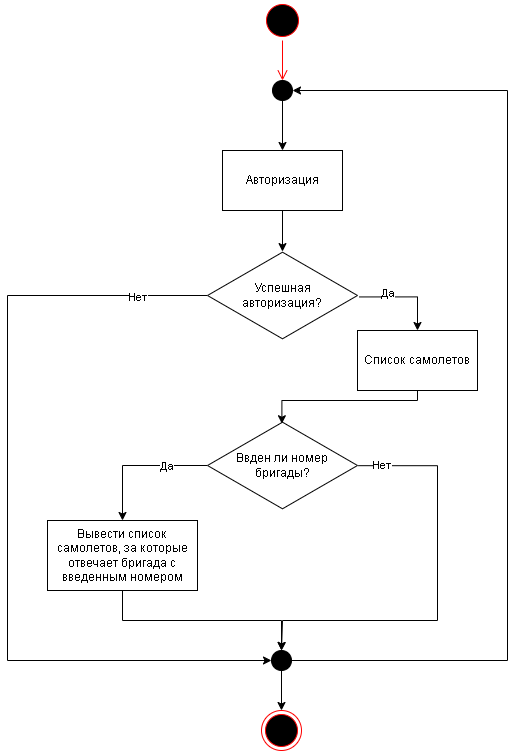
Above: images/Бригадир/Сценарии_использования-Бригадир.png in CCF2P/Backend (draw.io), before the change. Source tidied: cells renumbered, new cells last; positions are measured from the earlier drawing's top-left corner, leaving out a move shared by most shapes. Source of this version:
```xml
<mxGraphModel>
  <root>
    <mxCell id="0" />
    <mxCell id="1" parent="0" />
    <mxCell id="2" style="ellipse;html=1;shape=startState;fillColor=#000000;strokeColor=#ff0000;" parent="1" vertex="1">
      <mxGeometry x="255" width="40" height="40" as="geometry" />
    </mxCell>
    <mxCell id="3" style="edgeStyle=orthogonalEdgeStyle;html=1;verticalAlign=bottom;endArrow=open;endSize=8;strokeColor=#ff0000;rounded=0;entryX=0.5;entryY=0;entryDx=0;entryDy=0;" parent="1" edge="1" source="2" target="21">
      <mxGeometry relative="1" as="geometry" />
    </mxCell>
    <mxCell id="4" style="edgeStyle=orthogonalEdgeStyle;rounded=0;jettySize=auto;html=1;exitX=0.5;exitY=1;exitDx=0;exitDy=0;entryX=0.496;entryY=0.036;entryDx=0;entryDy=0;entryPerimeter=0;" parent="1" edge="1" source="5" target="10">
      <mxGeometry relative="1" as="geometry">
        <Array as="points">
          <mxPoint x="410" y="400" />
          <mxPoint x="274" y="400" />
        </Array>
      </mxGeometry>
    </mxCell>
    <mxCell id="5" value="Список самолетов" style="rounded=0;whiteSpace=wrap;html=1;" parent="1" vertex="1">
      <mxGeometry x="350" y="330" width="120" height="60" as="geometry" />
    </mxCell>
    <mxCell id="6" style="edgeStyle=orthogonalEdgeStyle;rounded=0;jettySize=auto;html=1;entryX=0.5;entryY=0;entryDx=0;entryDy=0;exitX=1.005;exitY=0.502;exitDx=0;exitDy=0;exitPerimeter=0;" parent="1" edge="1" source="10" target="25">
      <mxGeometry relative="1" as="geometry">
        <Array as="points">
          <mxPoint x="430" y="465" />
          <mxPoint x="430" y="620" />
          <mxPoint x="275" y="620" />
        </Array>
      </mxGeometry>
    </mxCell>
    <mxCell id="7" value="Нет" style="edgeLabel;html=1;align=center;verticalAlign=middle;" parent="6" vertex="1">
      <mxGeometry x="-0.88" y="1" relative="1" as="geometry" />
    </mxCell>
    <mxCell id="8" style="edgeStyle=orthogonalEdgeStyle;rounded=0;jettySize=auto;html=1;entryX=0.5;entryY=0;entryDx=0;entryDy=0;" parent="1" edge="1" source="10" target="12">
      <mxGeometry relative="1" as="geometry" />
    </mxCell>
    <mxCell id="9" value="Да" style="edgeLabel;html=1;align=center;verticalAlign=middle;" parent="8" vertex="1">
      <mxGeometry x="-0.4" relative="1" as="geometry" />
    </mxCell>
    <mxCell id="10" value="Ввден ли номер&lt;br&gt;бригады?" style="html=1;whiteSpace=wrap;shape=isoRectangle;" parent="1" vertex="1">
      <mxGeometry x="200" y="420" width="150" height="90" as="geometry" />
    </mxCell>
    <mxCell id="11" style="edgeStyle=orthogonalEdgeStyle;rounded=0;jettySize=auto;html=1;exitX=0.5;exitY=1;exitDx=0;exitDy=0;entryX=0.5;entryY=0;entryDx=0;entryDy=0;" parent="1" edge="1" source="12" target="25">
      <mxGeometry relative="1" as="geometry" />
    </mxCell>
    <mxCell id="12" value="Вывести список&lt;br&gt;самолетов, за которые отвечает бригада с введенным номером" style="rounded=0;whiteSpace=wrap;html=1;" parent="1" vertex="1">
      <mxGeometry x="40" y="520" width="150" height="70" as="geometry" />
    </mxCell>
    <mxCell id="13" style="ellipse;html=1;shape=endState;fillColor=#000000;strokeColor=#ff0000;" parent="1" vertex="1">
      <mxGeometry x="254" y="710" width="40" height="40" as="geometry" />
    </mxCell>
    <mxCell id="14" value="Авторизация" style="rounded=0;whiteSpace=wrap;html=1;" parent="1" vertex="1">
      <mxGeometry x="215" y="150" width="120" height="60" as="geometry" />
    </mxCell>
    <mxCell id="15" style="edgeStyle=orthogonalEdgeStyle;rounded=0;jettySize=auto;html=1;entryX=0;entryY=0.5;entryDx=0;entryDy=0;" parent="1" edge="1" source="19" target="25">
      <mxGeometry relative="1" as="geometry">
        <Array as="points">
          <mxPoint y="295" />
          <mxPoint y="660" />
        </Array>
      </mxGeometry>
    </mxCell>
    <mxCell id="16" value="Нет" style="edgeLabel;html=1;align=center;verticalAlign=middle;" parent="15" vertex="1">
      <mxGeometry x="-0.83" y="1" relative="1" as="geometry" />
    </mxCell>
    <mxCell id="17" style="edgeStyle=orthogonalEdgeStyle;rounded=0;jettySize=auto;html=1;entryX=0.5;entryY=0;entryDx=0;entryDy=0;exitX=1.011;exitY=0.516;exitDx=0;exitDy=0;exitPerimeter=0;" parent="1" edge="1" source="19" target="5">
      <mxGeometry relative="1" as="geometry">
        <Array as="points">
          <mxPoint x="410" y="296" />
        </Array>
      </mxGeometry>
    </mxCell>
    <mxCell id="18" value="Да" style="edgeLabel;html=1;align=center;verticalAlign=middle;" parent="17" vertex="1">
      <mxGeometry x="-0.4" y="4" relative="1" as="geometry" />
    </mxCell>
    <mxCell id="19" value="Успешная&lt;br&gt;авторизация?" style="html=1;whiteSpace=wrap;shape=isoRectangle;" parent="1" vertex="1">
      <mxGeometry x="200" y="250" width="150" height="90" as="geometry" />
    </mxCell>
    <mxCell id="20" style="edgeStyle=orthogonalEdgeStyle;rounded=0;jettySize=auto;html=1;exitX=0.5;exitY=1;exitDx=0;exitDy=0;entryX=0.5;entryY=0;entryDx=0;entryDy=0;" parent="1" edge="1" source="21" target="14">
      <mxGeometry relative="1" as="geometry" />
    </mxCell>
    <mxCell id="21" style="ellipse;fillColor=strokeColor;html=1;" parent="1" vertex="1">
      <mxGeometry x="265" y="80" width="20" height="20" as="geometry" />
    </mxCell>
    <mxCell id="22" style="edgeStyle=orthogonalEdgeStyle;rounded=0;jettySize=auto;html=1;exitX=0.5;exitY=1;exitDx=0;exitDy=0;entryX=0.5;entryY=0.012;entryDx=0;entryDy=0;entryPerimeter=0;" parent="1" edge="1" source="14" target="19">
      <mxGeometry relative="1" as="geometry" />
    </mxCell>
    <mxCell id="23" style="edgeStyle=orthogonalEdgeStyle;rounded=0;jettySize=auto;html=1;exitX=0.5;exitY=1;exitDx=0;exitDy=0;entryX=0.5;entryY=0;entryDx=0;entryDy=0;" parent="1" edge="1" source="25" target="13">
      <mxGeometry relative="1" as="geometry" />
    </mxCell>
    <mxCell id="24" style="edgeStyle=orthogonalEdgeStyle;rounded=0;jettySize=auto;html=1;exitX=1;exitY=0.5;exitDx=0;exitDy=0;entryX=1;entryY=0.5;entryDx=0;entryDy=0;" parent="1" edge="1" source="25" target="21">
      <mxGeometry relative="1" as="geometry">
        <Array as="points">
          <mxPoint x="500" y="660" />
          <mxPoint x="500" y="90" />
        </Array>
      </mxGeometry>
    </mxCell>
    <mxCell id="25" style="ellipse;fillColor=strokeColor;html=1;" parent="1" vertex="1">
      <mxGeometry x="264" y="650" width="20" height="20" as="geometry" />
    </mxCell>
  </root>
</mxGraphModel>
```
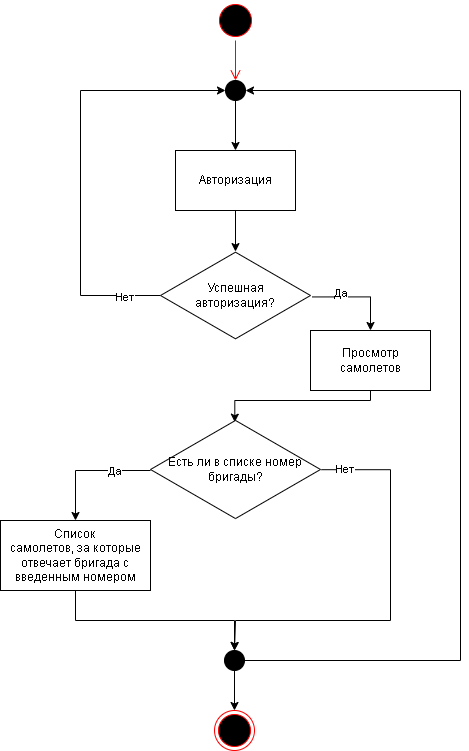
After the change.

Change to the diagram source:
```diff
@@ -16,13 +16,13 @@
         </Array>
       </mxGeometry>
     </mxCell>
-    <mxCell id="5" value="Список самолетов" style="rounded=0;whiteSpace=wrap;html=1;" parent="1" vertex="1">
+    <mxCell id="5" value="Просмотр самолетов" style="rounded=0;whiteSpace=wrap;html=1;" parent="1" vertex="1">
       <mxGeometry x="350" y="330" width="120" height="60" as="geometry" />
     </mxCell>
     <mxCell id="6" style="edgeStyle=orthogonalEdgeStyle;rounded=0;jettySize=auto;html=1;entryX=0.5;entryY=0;entryDx=0;entryDy=0;exitX=1.005;exitY=0.502;exitDx=0;exitDy=0;exitPerimeter=0;" parent="1" edge="1" source="10" target="25">
       <mxGeometry relative="1" as="geometry">
         <Array as="points">
-          <mxPoint x="430" y="465" />
+          <mxPoint x="430" y="469" />
           <mxPoint x="430" y="620" />
           <mxPoint x="275" y="620" />
         </Array>
@@ -32,18 +32,22 @@
       <mxGeometry x="-0.88" y="1" relative="1" as="geometry" />
     </mxCell>
     <mxCell id="8" style="edgeStyle=orthogonalEdgeStyle;rounded=0;jettySize=auto;html=1;entryX=0.5;entryY=0;entryDx=0;entryDy=0;" parent="1" edge="1" source="10" target="12">
-      <mxGeometry relative="1" as="geometry" />
+      <mxGeometry relative="1" as="geometry">
+        <Array as="points">
+          <mxPoint x="115" y="470" />
+        </Array>
+      </mxGeometry>
     </mxCell>
     <mxCell id="9" value="Да" style="edgeLabel;html=1;align=center;verticalAlign=middle;" parent="8" vertex="1">
       <mxGeometry x="-0.4" relative="1" as="geometry" />
     </mxCell>
-    <mxCell id="10" value="Ввден ли номер&lt;br&gt;бригады?" style="html=1;whiteSpace=wrap;shape=isoRectangle;" parent="1" vertex="1">
-      <mxGeometry x="200" y="420" width="150" height="90" as="geometry" />
+    <mxCell id="10" value="Есть ли в списке номер бригады?" style="html=1;whiteSpace=wrap;shape=isoRectangle;" parent="1" vertex="1">
+      <mxGeometry x="190" y="418" width="170" height="102" as="geometry" />
     </mxCell>
     <mxCell id="11" style="edgeStyle=orthogonalEdgeStyle;rounded=0;jettySize=auto;html=1;exitX=0.5;exitY=1;exitDx=0;exitDy=0;entryX=0.5;entryY=0;entryDx=0;entryDy=0;" parent="1" edge="1" source="12" target="25">
       <mxGeometry relative="1" as="geometry" />
     </mxCell>
-    <mxCell id="12" value="Вывести список&lt;br&gt;самолетов, за которые отвечает бригада с введенным номером" style="rounded=0;whiteSpace=wrap;html=1;" parent="1" vertex="1">
+    <mxCell id="12" value="Список&lt;br&gt;самолетов, за которые отвечает бригада с введенным номером" style="rounded=0;whiteSpace=wrap;html=1;" parent="1" vertex="1">
       <mxGeometry x="40" y="520" width="150" height="70" as="geometry" />
     </mxCell>
     <mxCell id="13" style="ellipse;html=1;shape=endState;fillColor=#000000;strokeColor=#ff0000;" parent="1" vertex="1">
@@ -52,11 +56,11 @@
     <mxCell id="14" value="Авторизация" style="rounded=0;whiteSpace=wrap;html=1;" parent="1" vertex="1">
       <mxGeometry x="215" y="150" width="120" height="60" as="geometry" />
     </mxCell>
-    <mxCell id="15" style="edgeStyle=orthogonalEdgeStyle;rounded=0;jettySize=auto;html=1;entryX=0;entryY=0.5;entryDx=0;entryDy=0;" parent="1" edge="1" source="19" target="25">
+    <mxCell id="15" style="edgeStyle=orthogonalEdgeStyle;rounded=0;jettySize=auto;html=1;entryX=0;entryY=0.5;entryDx=0;entryDy=0;" parent="1" edge="1" source="19" target="21">
       <mxGeometry relative="1" as="geometry">
         <Array as="points">
-          <mxPoint y="295" />
-          <mxPoint y="660" />
+          <mxPoint x="120" y="295" />
+          <mxPoint x="120" y="90" />
         </Array>
       </mxGeometry>
     </mxCell>
```
